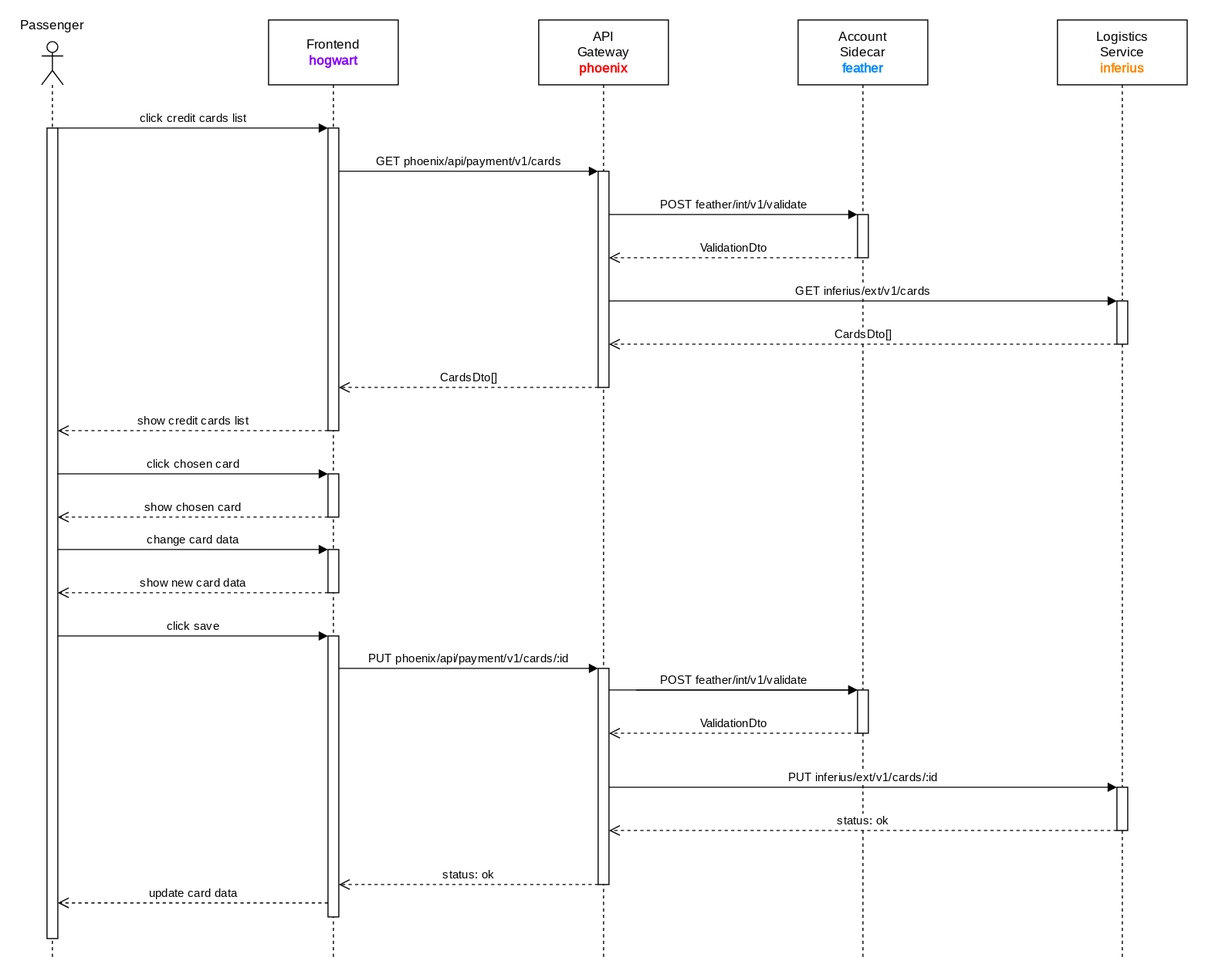
The draw.io diagram documentation/course/e2/images/sequence-diagram-inferius-update-card.drawio.svg in PWR-ACS-SE-24/SoftwareSystemDesign, before a commit. Source tidied: cells renumbered, new cells last; positions are measured from the earlier drawing's top-left corner, leaving out a move shared by most shapes.
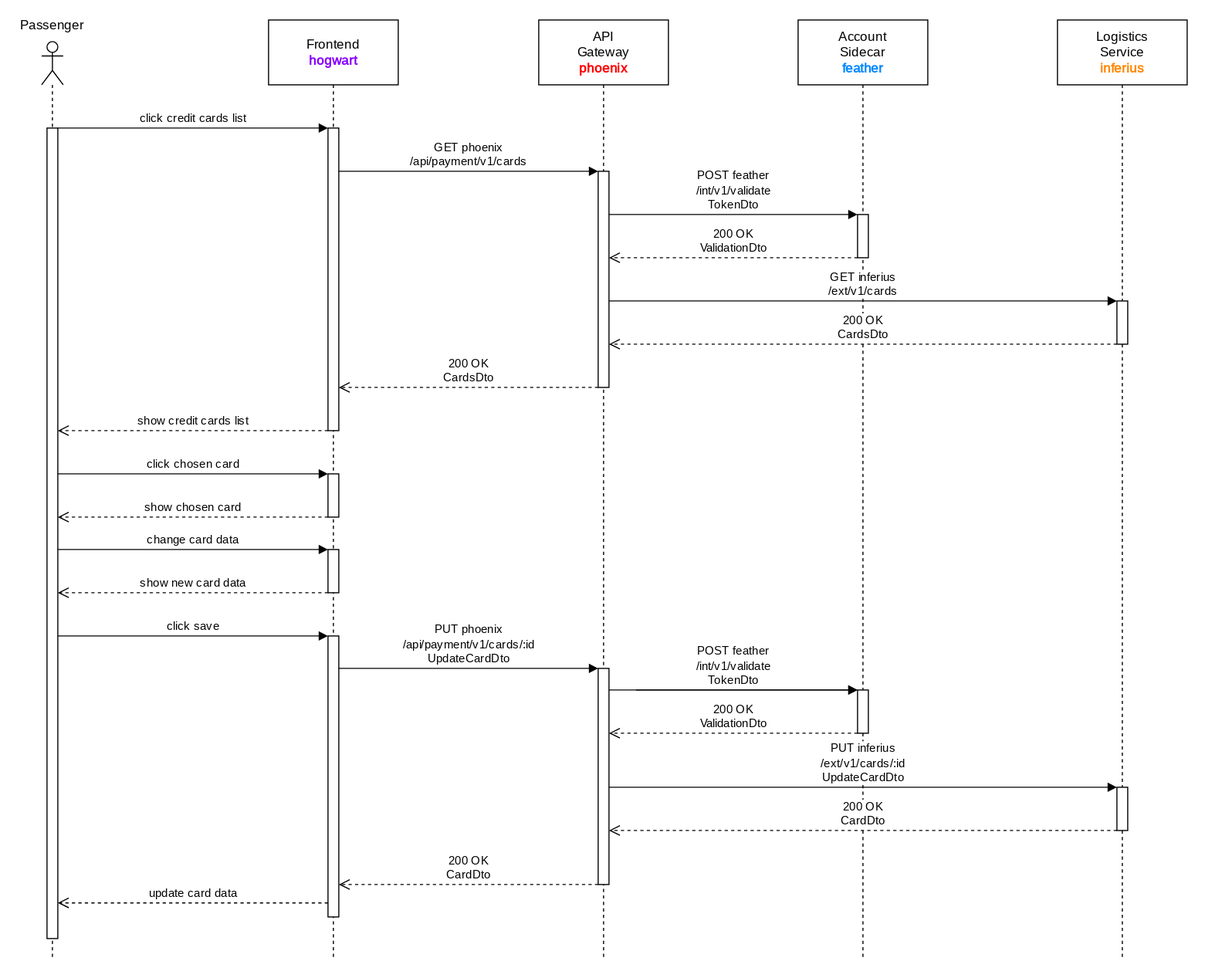
The same file after the commit.

What changed in the source:
```diff
@@ -49,28 +49,28 @@
         </Array>
       </mxGeometry>
     </mxCell>
-    <mxCell id="16" value="&lt;font style=&quot;font-size: 11px;&quot;&gt;GET phoenix/api/&lt;font&gt;payment&lt;/font&gt;&lt;/font&gt;&lt;font style=&quot;font-size: 11px;&quot;&gt;/v1/cards&lt;/font&gt;" style="html=1;verticalAlign=bottom;endArrow=block;curved=0;rounded=0;fontFamily=JetBrains Mono;fontSource=https%3A%2F%2Ffonts.googleapis.com%2Fcss%3Ffamily%3DJetBrains%2BMono;" parent="1" edge="1" source="9" target="3">
+    <mxCell id="16" value="&lt;font style=&quot;font-size: 11px;&quot;&gt;GET phoenix&lt;/font&gt;&lt;div&gt;&lt;font style=&quot;font-size: 11px;&quot;&gt;/api/&lt;font&gt;payment&lt;/font&gt;&lt;/font&gt;&lt;font style=&quot;font-size: 11px;&quot;&gt;/v1/cards&lt;/font&gt;&lt;/div&gt;" style="html=1;verticalAlign=bottom;endArrow=block;curved=0;rounded=0;fontFamily=JetBrains Mono;fontSource=https%3A%2F%2Ffonts.googleapis.com%2Fcss%3Ffamily%3DJetBrains%2BMono;" parent="1" edge="1" source="9" target="3">
       <mxGeometry relative="1" as="geometry">
         <Array as="points">
           <mxPoint x="400" y="140" />
         </Array>
       </mxGeometry>
     </mxCell>
-    <mxCell id="17" value="POST feather/int/v1/validate" style="html=1;verticalAlign=bottom;endArrow=block;curved=0;rounded=0;fontFamily=JetBrains Mono;fontSource=https%3A%2F%2Ffonts.googleapis.com%2Fcss%3Ffamily%3DJetBrains%2BMono;" parent="1" edge="1" source="3" target="6">
+    <mxCell id="17" value="POST feather&lt;div&gt;/int/v1/validate&lt;/div&gt;&lt;div&gt;TokenDto&lt;/div&gt;" style="html=1;verticalAlign=bottom;endArrow=block;curved=0;rounded=0;fontFamily=JetBrains Mono;fontSource=https%3A%2F%2Ffonts.googleapis.com%2Fcss%3Ffamily%3DJetBrains%2BMono;" parent="1" edge="1" source="3" target="6">
       <mxGeometry relative="1" as="geometry">
         <Array as="points">
           <mxPoint x="690" y="180" />
         </Array>
       </mxGeometry>
     </mxCell>
-    <mxCell id="18" value="&lt;font&gt;ValidationDto&lt;/font&gt;" style="html=1;verticalAlign=bottom;endArrow=open;dashed=1;endSize=8;curved=0;rounded=0;fontFamily=JetBrains Mono;fontSource=https%3A%2F%2Ffonts.googleapis.com%2Fcss%3Ffamily%3DJetBrains%2BMono;" parent="1" edge="1" source="6" target="3">
+    <mxCell id="18" value="&lt;font&gt;200 OK&lt;/font&gt;&lt;div&gt;&lt;font&gt;ValidationDto&lt;/font&gt;&lt;/div&gt;" style="html=1;verticalAlign=bottom;endArrow=open;dashed=1;endSize=8;curved=0;rounded=0;fontFamily=JetBrains Mono;fontSource=https%3A%2F%2Ffonts.googleapis.com%2Fcss%3Ffamily%3DJetBrains%2BMono;" parent="1" edge="1" source="6" target="3">
       <mxGeometry relative="1" as="geometry">
         <Array as="points">
           <mxPoint x="640" y="220" />
         </Array>
       </mxGeometry>
     </mxCell>
-    <mxCell id="19" value="&lt;font&gt;CardsDto[]&lt;/font&gt;" style="html=1;verticalAlign=bottom;endArrow=open;dashed=1;endSize=8;curved=0;rounded=0;fontFamily=JetBrains Mono;fontSource=https%3A%2F%2Ffonts.googleapis.com%2Fcss%3Ffamily%3DJetBrains%2BMono;" parent="1" edge="1" source="3" target="9">
+    <mxCell id="19" value="&lt;font&gt;200 OK&lt;/font&gt;&lt;div&gt;&lt;font&gt;CardsDto&lt;/font&gt;&lt;/div&gt;" style="html=1;verticalAlign=bottom;endArrow=open;dashed=1;endSize=8;curved=0;rounded=0;fontFamily=JetBrains Mono;fontSource=https%3A%2F%2Ffonts.googleapis.com%2Fcss%3Ffamily%3DJetBrains%2BMono;" parent="1" edge="1" source="3" target="9">
       <mxGeometry relative="1" as="geometry">
         <Array as="points">
           <mxPoint x="440" y="340" />
@@ -103,7 +103,7 @@
         <mxPoint x="265" y="580" as="targetPoint" />
       </mxGeometry>
     </mxCell>
-    <mxCell id="24" value="&lt;font&gt;status: ok&lt;/font&gt;" style="html=1;verticalAlign=bottom;endArrow=open;dashed=1;endSize=8;curved=0;rounded=0;fontFamily=JetBrains Mono;fontSource=https%3A%2F%2Ffonts.googleapis.com%2Fcss%3Ffamily%3DJetBrains%2BMono;" parent="1" edge="1">
+    <mxCell id="24" value="&lt;font&gt;200 OK&lt;/font&gt;&lt;div&gt;&lt;font&gt;CardDto&lt;/font&gt;&lt;/div&gt;" style="html=1;verticalAlign=bottom;endArrow=open;dashed=1;endSize=8;curved=0;rounded=0;fontFamily=JetBrains Mono;fontSource=https%3A%2F%2Ffonts.googleapis.com%2Fcss%3Ffamily%3DJetBrains%2BMono;" parent="1" edge="1">
       <mxGeometry relative="1" as="geometry">
         <mxPoint x="995" y="750" as="sourcePoint" />
         <mxPoint x="525" y="750" as="targetPoint" />
@@ -112,7 +112,7 @@
         </Array>
       </mxGeometry>
     </mxCell>
-    <mxCell id="25" value="PUT inferius/ext/v1/cards/:id" style="html=1;verticalAlign=bottom;endArrow=block;curved=0;rounded=0;fontFamily=JetBrains Mono;fontSource=https%3A%2F%2Ffonts.googleapis.com%2Fcss%3Ffamily%3DJetBrains%2BMono;" parent="1" edge="1" target="28">
+    <mxCell id="25" value="PUT inferius&lt;div&gt;/ext/v1/cards/:id&lt;/div&gt;&lt;div&gt;UpdateCardDto&lt;/div&gt;" style="html=1;verticalAlign=bottom;endArrow=block;curved=0;rounded=0;fontFamily=JetBrains Mono;fontSource=https%3A%2F%2Ffonts.googleapis.com%2Fcss%3Ffamily%3DJetBrains%2BMono;" parent="1" edge="1" target="28">
       <mxGeometry relative="1" as="geometry">
         <mxPoint x="525" y="710" as="sourcePoint" />
         <Array as="points">
@@ -130,14 +130,14 @@
     <mxCell id="28" style="html=1;points=[[0,0,0,0,5],[0,1,0,0,-5],[1,0,0,0,5],[1,1,0,0,-5]];perimeter=orthogonalPerimeter;outlineConnect=0;targetShapes=umlLifeline;portConstraint=eastwest;newEdgeStyle={&quot;curved&quot;:0,&quot;rounded&quot;:0};fontFamily=JetBrains Mono;fontSource=https%3A%2F%2Ffonts.googleapis.com%2Fcss%3Ffamily%3DJetBrains%2BMono;" parent="26" vertex="1">
       <mxGeometry x="55" y="710" width="10" height="40" as="geometry" />
     </mxCell>
-    <mxCell id="29" value="GET inferius/ext/v1/cards" style="html=1;verticalAlign=bottom;endArrow=block;curved=0;rounded=0;fontFamily=JetBrains Mono;fontSource=https%3A%2F%2Ffonts.googleapis.com%2Fcss%3Ffamily%3DJetBrains%2BMono;" parent="1" edge="1" source="3" target="27">
+    <mxCell id="29" value="GET inferius&lt;div&gt;/ext/v1/cards&lt;/div&gt;" style="html=1;verticalAlign=bottom;endArrow=block;curved=0;rounded=0;fontFamily=JetBrains Mono;fontSource=https%3A%2F%2Ffonts.googleapis.com%2Fcss%3Ffamily%3DJetBrains%2BMono;" parent="1" edge="1" source="3" target="27">
       <mxGeometry relative="1" as="geometry">
         <Array as="points">
           <mxPoint x="760" y="260" />
         </Array>
       </mxGeometry>
     </mxCell>
-    <mxCell id="30" value="&lt;font&gt;CardsDto[]&lt;/font&gt;" style="html=1;verticalAlign=bottom;endArrow=open;dashed=1;endSize=8;curved=0;rounded=0;fontFamily=JetBrains Mono;fontSource=https%3A%2F%2Ffonts.googleapis.com%2Fcss%3Ffamily%3DJetBrains%2BMono;" parent="1" edge="1" source="27" target="3">
+    <mxCell id="30" value="&lt;font&gt;200 OK&lt;/font&gt;&lt;div&gt;&lt;font&gt;CardsDto&lt;/font&gt;&lt;/div&gt;" style="html=1;verticalAlign=bottom;endArrow=open;dashed=1;endSize=8;curved=0;rounded=0;fontFamily=JetBrains Mono;fontSource=https%3A%2F%2Ffonts.googleapis.com%2Fcss%3Ffamily%3DJetBrains%2BMono;" parent="1" edge="1" source="27" target="3">
       <mxGeometry relative="1" as="geometry">
         <Array as="points">
           <mxPoint x="760" y="300" />
@@ -161,7 +161,7 @@
         </Array>
       </mxGeometry>
     </mxCell>
-    <mxCell id="33" value="&lt;font&gt;ValidationDto&lt;/font&gt;" style="html=1;verticalAlign=bottom;endArrow=open;dashed=1;endSize=8;curved=0;rounded=0;fontFamily=JetBrains Mono;fontSource=https%3A%2F%2Ffonts.googleapis.com%2Fcss%3Ffamily%3DJetBrains%2BMono;" parent="1" edge="1">
+    <mxCell id="33" value="&lt;font&gt;200 OK&lt;/font&gt;&lt;div&gt;&lt;font&gt;ValidationDto&lt;/font&gt;&lt;/div&gt;" style="html=1;verticalAlign=bottom;endArrow=open;dashed=1;endSize=8;curved=0;rounded=0;fontFamily=JetBrains Mono;fontSource=https%3A%2F%2Ffonts.googleapis.com%2Fcss%3Ffamily%3DJetBrains%2BMono;" parent="1" edge="1">
       <mxGeometry relative="1" as="geometry">
         <mxPoint x="755" y="660" as="sourcePoint" />
         <mxPoint x="525" y="660" as="targetPoint" />
@@ -170,23 +170,20 @@
         </Array>
       </mxGeometry>
     </mxCell>
-    <mxCell id="34" value="&lt;font&gt;status: ok&lt;/font&gt;" style="html=1;verticalAlign=bottom;endArrow=open;dashed=1;endSize=8;curved=0;rounded=0;fontFamily=JetBrains Mono;fontSource=https%3A%2F%2Ffonts.googleapis.com%2Fcss%3Ffamily%3DJetBrains%2BMono;" parent="1" edge="1">
+    <mxCell id="34" value="&lt;font&gt;200 OK&lt;/font&gt;&lt;div&gt;&lt;font&gt;CardDto&lt;/font&gt;&lt;/div&gt;" style="html=1;verticalAlign=bottom;endArrow=open;dashed=1;endSize=8;curved=0;rounded=0;fontFamily=JetBrains Mono;fontSource=https%3A%2F%2Ffonts.googleapis.com%2Fcss%3Ffamily%3DJetBrains%2BMono;" parent="1" edge="1">
       <mxGeometry relative="1" as="geometry">
         <mxPoint x="515" y="800" as="sourcePoint" />
         <mxPoint x="275" y="800" as="targetPoint" />
-        <Array as="points">
-          <mxPoint x="400" y="800" />
-        </Array>
       </mxGeometry>
     </mxCell>
-    <mxCell id="35" value="&lt;font&gt;&lt;font style=&quot;font-size: 11px;&quot;&gt;PUT phoenix/api/payment&lt;/font&gt;&lt;font style=&quot;font-size: 11px;&quot;&gt;/v1/cards/:id&lt;/font&gt;&lt;/font&gt;" style="html=1;verticalAlign=bottom;endArrow=block;curved=0;rounded=0;fontFamily=JetBrains Mono;fontSource=https%3A%2F%2Ffonts.googleapis.com%2Fcss%3Ffamily%3DJetBrains%2BMono;" parent="1" edge="1" source="12" target="4">
+    <mxCell id="35" value="&lt;font&gt;&lt;font style=&quot;font-size: 11px;&quot;&gt;PUT phoenix&lt;/font&gt;&lt;/font&gt;&lt;div&gt;&lt;font&gt;&lt;font style=&quot;font-size: 11px;&quot;&gt;/api/payment&lt;/font&gt;&lt;font style=&quot;font-size: 11px;&quot;&gt;/v1/cards/:id&lt;/font&gt;&lt;/font&gt;&lt;/div&gt;&lt;div&gt;&lt;font&gt;&lt;font style=&quot;font-size: 11px;&quot;&gt;UpdateCardDto&lt;/font&gt;&lt;/font&gt;&lt;/div&gt;" style="html=1;verticalAlign=bottom;endArrow=block;curved=0;rounded=0;fontFamily=JetBrains Mono;fontSource=https%3A%2F%2Ffonts.googleapis.com%2Fcss%3Ffamily%3DJetBrains%2BMono;" parent="1" edge="1" source="12" target="4">
       <mxGeometry relative="1" as="geometry">
         <Array as="points">
           <mxPoint x="415" y="600" />
         </Array>
       </mxGeometry>
     </mxCell>
-    <mxCell id="36" value="POST feather/int/v1/validate" style="html=1;verticalAlign=bottom;endArrow=block;curved=0;rounded=0;fontFamily=JetBrains Mono;fontSource=https%3A%2F%2Ffonts.googleapis.com%2Fcss%3Ffamily%3DJetBrains%2BMono;" parent="1" edge="1" source="4" target="7">
+    <mxCell id="36" value="POST feather&lt;div&gt;/int/v1/validate&lt;/div&gt;&lt;div&gt;TokenDto&lt;/div&gt;" style="html=1;verticalAlign=bottom;endArrow=block;curved=0;rounded=0;fontFamily=JetBrains Mono;fontSource=https%3A%2F%2Ffonts.googleapis.com%2Fcss%3Ffamily%3DJetBrains%2BMono;" parent="1" edge="1" source="4" target="7">
       <mxGeometry relative="1" as="geometry">
         <Array as="points">
           <mxPoint x="645" y="620" />
```
